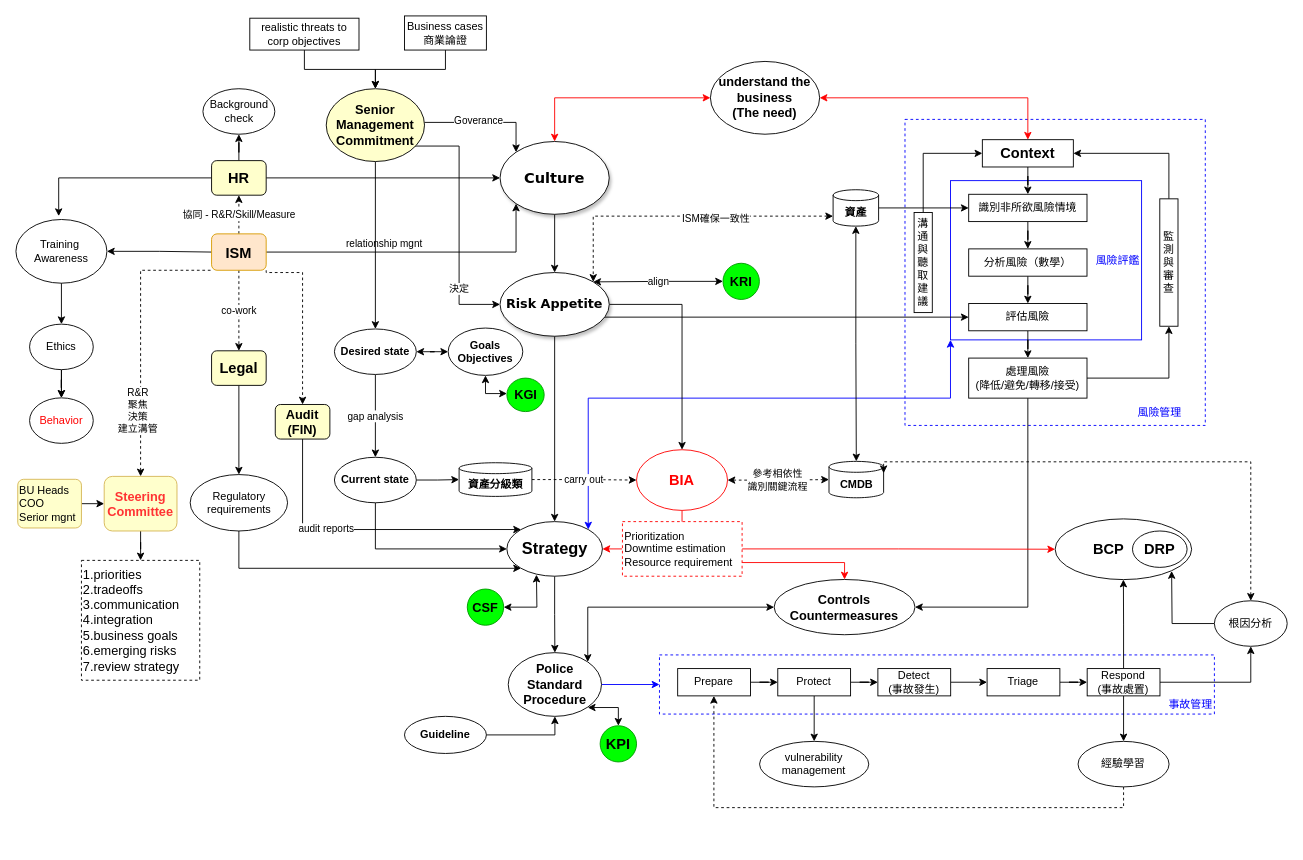
Above: Untitled Diagram.drawio in digipenguin/machinelearn-ndu (draw.io), before the change. Source tidied: cells renumbered, new cells numbered last; positions are measured from the earlier drawing's top-left corner, leaving out a move shared by most shapes. Both pictures are drawn from the tidied source at 91%, with x=0, y=0 at pixel (15, 15).
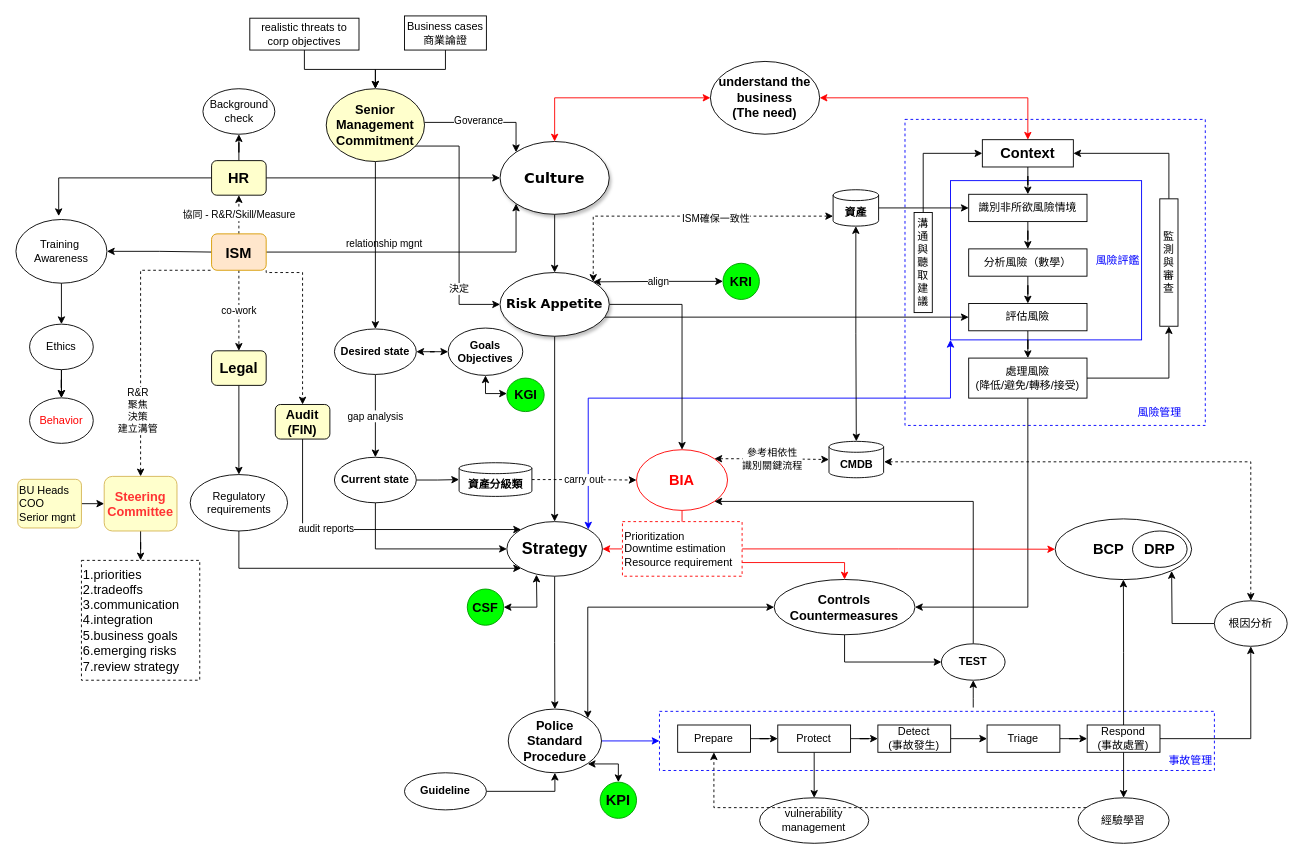
Above is the later version.

Unchanged cells that the change refers to:
```xml
<mxCell id="63" value="&lt;font style=&quot;font-size: 16px&quot; color=&quot;#ff0000&quot;&gt;&lt;b&gt;BIA&lt;/b&gt;&lt;/font&gt;" style="ellipse;whiteSpace=wrap;html=1;fillColor=#FFFFFF;strokeColor=#FF0000;" parent="1" vertex="1">
  <mxGeometry x="682" y="476.7" width="100" height="66.7" as="geometry" />
</mxCell>
<mxCell id="84" value="根因分析" style="ellipse;whiteSpace=wrap;html=1;strokeColor=#000000;fillColor=#FFFFFF;" parent="1" vertex="1">
  <mxGeometry x="1317" y="642.7" width="80" height="50" as="geometry" />
</mxCell>
<mxCell id="91" value="&lt;b&gt;&lt;font style=&quot;font-size: 14px&quot;&gt;Controls&lt;br&gt;Countermeasures&lt;br&gt;&lt;/font&gt;&lt;/b&gt;" style="ellipse;whiteSpace=wrap;html=1;strokeColor=#000000;fillColor=none;gradientColor=none;" parent="1" vertex="1">
  <mxGeometry x="833.2" y="619.3" width="154.8" height="60.7" as="geometry" />
</mxCell>
```

Change to the diagram source:
```diff
@@
     <mxCell id="3" value="&lt;div&gt;&lt;span&gt;&lt;font color=&quot;#0000ff&quot;&gt;&lt;br&gt;&lt;/font&gt;&lt;/span&gt;&lt;/div&gt;&lt;div&gt;&lt;span&gt;&lt;font color=&quot;#0000ff&quot;&gt;&lt;br&gt;&lt;/font&gt;&lt;/span&gt;&lt;/div&gt;&lt;div&gt;&lt;span&gt;&lt;font color=&quot;#0000ff&quot;&gt;&lt;br&gt;&lt;/font&gt;&lt;/span&gt;&lt;/div&gt;&lt;div&gt;&lt;span&gt;&lt;font color=&quot;#0000ff&quot;&gt;事故管理&lt;/font&gt;&lt;/span&gt;&lt;/div&gt;" style="rounded=0;whiteSpace=wrap;html=1;fillColor=#FFFFFF;strokeColor=#0000FF;align=right;dashed=1;" parent="1" vertex="1">
-      <mxGeometry x="707.2" y="702.2" width="609.8" height="65" as="geometry" />
+      <mxGeometry x="707.2" y="764.2" width="609.8" height="65" as="geometry" />
     </mxCell>
@@
     <mxCell id="17" value="&lt;b style=&quot;font-size: 14px&quot;&gt;&lt;span&gt;Police&lt;/span&gt;&lt;br&gt;&lt;span&gt;Standard&lt;/span&gt;&lt;br&gt;&lt;span&gt;Procedure&lt;/span&gt;&lt;/b&gt;" style="ellipse;whiteSpace=wrap;html=1;align=center;" parent="1" vertex="1">
-      <mxGeometry x="541" y="699.7" width="102.5" height="70" as="geometry" />
+      <mxGeometry x="541" y="761.7" width="102.5" height="70" as="geometry" />
     </mxCell>
@@
     <mxCell id="49" value="Prepare" style="rounded=0;whiteSpace=wrap;html=1;strokeColor=#000000;fillColor=#FFFFFF;" parent="1" vertex="1">
-      <mxGeometry x="727.2" y="717.2" width="80" height="30" as="geometry" />
+      <mxGeometry x="727.2" y="779.2" width="80" height="30" as="geometry" />
     </mxCell>
@@
     <mxCell id="52" value="Protect" style="rounded=0;whiteSpace=wrap;html=1;strokeColor=#000000;fillColor=#FFFFFF;" parent="1" vertex="1">
-      <mxGeometry x="837.2" y="717.2" width="80" height="30" as="geometry" />
+      <mxGeometry x="837.2" y="779.2" width="80" height="30" as="geometry" />
     </mxCell>
@@
     <mxCell id="54" value="Detect&lt;br&gt;(事故發生)" style="rounded=0;whiteSpace=wrap;html=1;strokeColor=#000000;fillColor=#FFFFFF;" parent="1" vertex="1">
-      <mxGeometry x="947.2" y="717.2" width="80" height="30" as="geometry" />
+      <mxGeometry x="947.2" y="779.2" width="80" height="30" as="geometry" />
     </mxCell>
@@
     <mxCell id="58" value="Respond&lt;br&gt;(事故處置)" style="rounded=0;whiteSpace=wrap;html=1;strokeColor=#000000;fillColor=#FFFFFF;" parent="1" vertex="1">
-      <mxGeometry x="1177.2" y="717.2" width="80" height="30" as="geometry" />
+      <mxGeometry x="1177.2" y="779.2" width="80" height="30" as="geometry" />
     </mxCell>
@@
     <mxCell id="60" value="Triage" style="rounded=0;whiteSpace=wrap;html=1;strokeColor=#000000;fillColor=#FFFFFF;" parent="1" vertex="1">
-      <mxGeometry x="1067.2" y="717.2" width="80" height="30" as="geometry" />
+      <mxGeometry x="1067.2" y="779.2" width="80" height="30" as="geometry" />
     </mxCell>
-    <mxCell id="61" value="參考相依性&lt;br&gt;識別關鍵流程" style="edgeStyle=orthogonalEdgeStyle;rounded=0;jettySize=auto;html=1;startArrow=classic;startFill=1;endArrow=classic;endFill=1;dashed=1;align=center;" parent="1" edge="1" source="63" target="66">
+    <mxCell id="61" value="參考相依性&lt;br&gt;識別關鍵流程" style="edgeStyle=orthogonalEdgeStyle;rounded=0;jettySize=auto;html=1;startArrow=classic;startFill=1;endArrow=classic;endFill=1;dashed=1;align=center;exitX=1;exitY=0;exitDx=0;exitDy=0;" parent="1" edge="1" source="63" target="66">
       <mxGeometry relative="1" as="geometry" />
     </mxCell>
@@
     <mxCell id="66" value="&lt;b&gt;CMDB&lt;/b&gt;" style="shape=cylinder3;whiteSpace=wrap;html=1;boundedLbl=1;backgroundOutline=1;size=6;fillColor=#FFFFFF;" parent="1" vertex="1">
-      <mxGeometry x="893.5" y="489.5" width="60" height="40" as="geometry" />
+      <mxGeometry x="893.5" y="467.5" width="60" height="40" as="geometry" />
     </mxCell>
@@
     <mxCell id="72" value="vulnerability&lt;br&gt;management" style="ellipse;whiteSpace=wrap;html=1;strokeColor=#000000;fillColor=#FFFFFF;" parent="1" vertex="1">
-      <mxGeometry x="817.2" y="797.2" width="120" height="50" as="geometry" />
+      <mxGeometry x="817.2" y="859.2" width="120" height="50" as="geometry" />
     </mxCell>
@@
     <mxCell id="74" value="經驗學習" style="ellipse;whiteSpace=wrap;html=1;strokeColor=#000000;fillColor=#FFFFFF;" parent="1" vertex="1">
-      <mxGeometry x="1167.2" y="797.2" width="100" height="50" as="geometry" />
+      <mxGeometry x="1167.2" y="859.2" width="100" height="50" as="geometry" />
     </mxCell>
@@
-    <mxCell id="83" style="edgeStyle=orthogonalEdgeStyle;rounded=0;jettySize=auto;html=1;entryX=1;entryY=0;entryDx=0;entryDy=13;entryPerimeter=0;startArrow=classic;startFill=1;endArrow=classic;endFill=1;strokeColor=#000000;dashed=1;" parent="1" edge="1" source="84" target="66">
+    <mxCell id="83" style="edgeStyle=orthogonalEdgeStyle;rounded=0;jettySize=auto;html=1;startArrow=classic;startFill=1;endArrow=classic;endFill=1;strokeColor=#000000;dashed=1;" parent="1" edge="1" source="84">
       <mxGeometry relative="1" as="geometry">
+        <mxPoint x="954" y="490" as="targetPoint" />
         <Array as="points">
           <mxPoint x="1357" y="490" />
         </Array>
       </mxGeometry>
     </mxCell>
@@
     <mxCell id="86" value="&lt;b&gt;Guideline&lt;/b&gt;" style="ellipse;whiteSpace=wrap;html=1;" parent="1" vertex="1">
-      <mxGeometry x="427" y="769.7" width="90" height="40.8" as="geometry" />
+      <mxGeometry x="427" y="831.7" width="90" height="40.8" as="geometry" />
     </mxCell>
@@
+    <mxCell id="130" style="edgeStyle=orthogonalEdgeStyle;rounded=0;jettySize=auto;html=1;entryX=0;entryY=0.5;entryDx=0;entryDy=0;" parent="1" edge="1" source="91" target="133">
+      <mxGeometry relative="1" as="geometry">
+        <Array as="points">
+          <mxPoint x="911" y="710" />
+        </Array>
+      </mxGeometry>
+    </mxCell>
@@
     <mxCell id="127" value="&lt;b&gt;&lt;font style=&quot;font-size: 16px&quot;&gt;KPI&lt;/font&gt;&lt;/b&gt;" style="ellipse;whiteSpace=wrap;html=1;fillColor=#00FF00;strokeColor=#009900;" parent="1" vertex="1">
-      <mxGeometry x="642" y="780" width="40" height="39.8" as="geometry" />
+      <mxGeometry x="642" y="842" width="40" height="39.8" as="geometry" />
     </mxCell>
@@
+    <mxCell id="131" style="edgeStyle=orthogonalEdgeStyle;rounded=0;jettySize=auto;html=1;startArrow=classic;startFill=1;endArrow=none;endFill=0;" parent="1" edge="1" source="133">
+      <mxGeometry relative="1" as="geometry">
+        <mxPoint x="1052" y="760" as="targetPoint" />
+      </mxGeometry>
+    </mxCell>
+    <mxCell id="132" style="edgeStyle=orthogonalEdgeStyle;rounded=0;jettySize=auto;html=1;entryX=1;entryY=1;entryDx=0;entryDy=0;startArrow=none;startFill=0;endArrow=classic;endFill=1;" parent="1" edge="1" source="133" target="63">
+      <mxGeometry relative="1" as="geometry">
+        <Array as="points">
+          <mxPoint x="1052" y="534" />
+        </Array>
+      </mxGeometry>
+    </mxCell>
+    <mxCell id="133" value="&lt;b&gt;TEST&lt;/b&gt;" style="ellipse;whiteSpace=wrap;html=1;" parent="1" vertex="1">
+      <mxGeometry x="1017" y="690" width="70" height="40" as="geometry" />
+    </mxCell>
```
